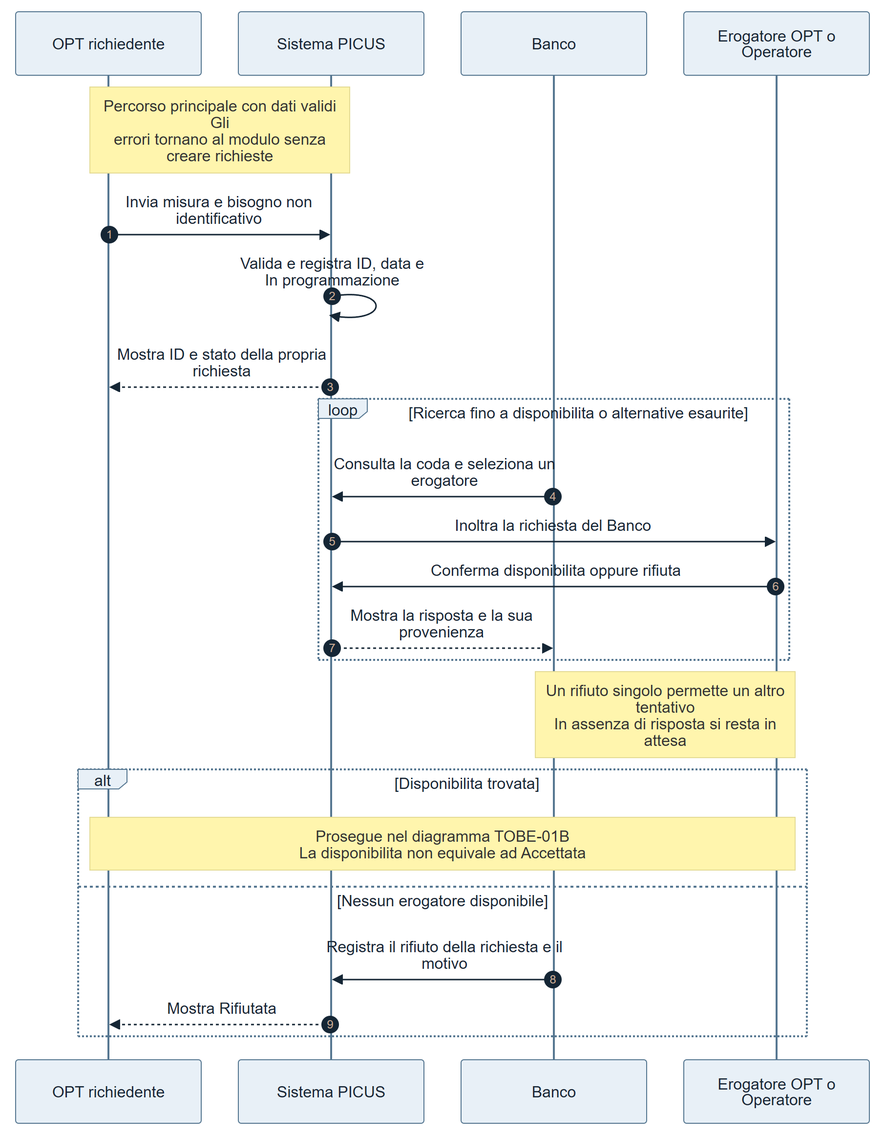
This is docs/requirements/diagrams/to-be/TOBE-01A-richieste-disponibilita.png from Pinguini-alla-Fragola/Progetto-SAD, a Mermaid export, as it was before one commit. Its source is kept beside it as docs/requirements/diagrams/to-be/TOBE-01A-richieste-disponibilita.mmd. The source it was exported from:
```mermaid
sequenceDiagram
    autonumber
    participant R as OPT richiedente
    participant S as Sistema PICUS
    participant B as Banco
    participant E as Erogatore OPT o Operatore

    Note over R,S: Percorso principale con dati validi<br/>Gli errori tornano al modulo senza creare richieste
    R->>S: Invia misura e bisogno non identificativo
        S->>S: Valida e registra ID, data e In programmazione
        S-->>R: Mostra ID e stato della propria richiesta
        loop Ricerca fino a disponibilita o alternative esaurite
            B->>S: Consulta la coda e seleziona un erogatore
            S->>E: Inoltra la richiesta del Banco
            E->>S: Conferma disponibilita oppure rifiuta
            S-->>B: Mostra la risposta e la sua provenienza
        end
        Note over B,E: Un rifiuto singolo permette un altro tentativo<br/>In assenza di risposta si resta in attesa
        alt Disponibilita trovata
            Note over R,E: Prosegue nel diagramma TOBE-01B<br/>La disponibilita non equivale ad Accettata
        else Nessun erogatore disponibile
            B->>S: Registra il rifiuto della richiesta e il motivo
            S-->>R: Mostra Rifiutata
        end
```
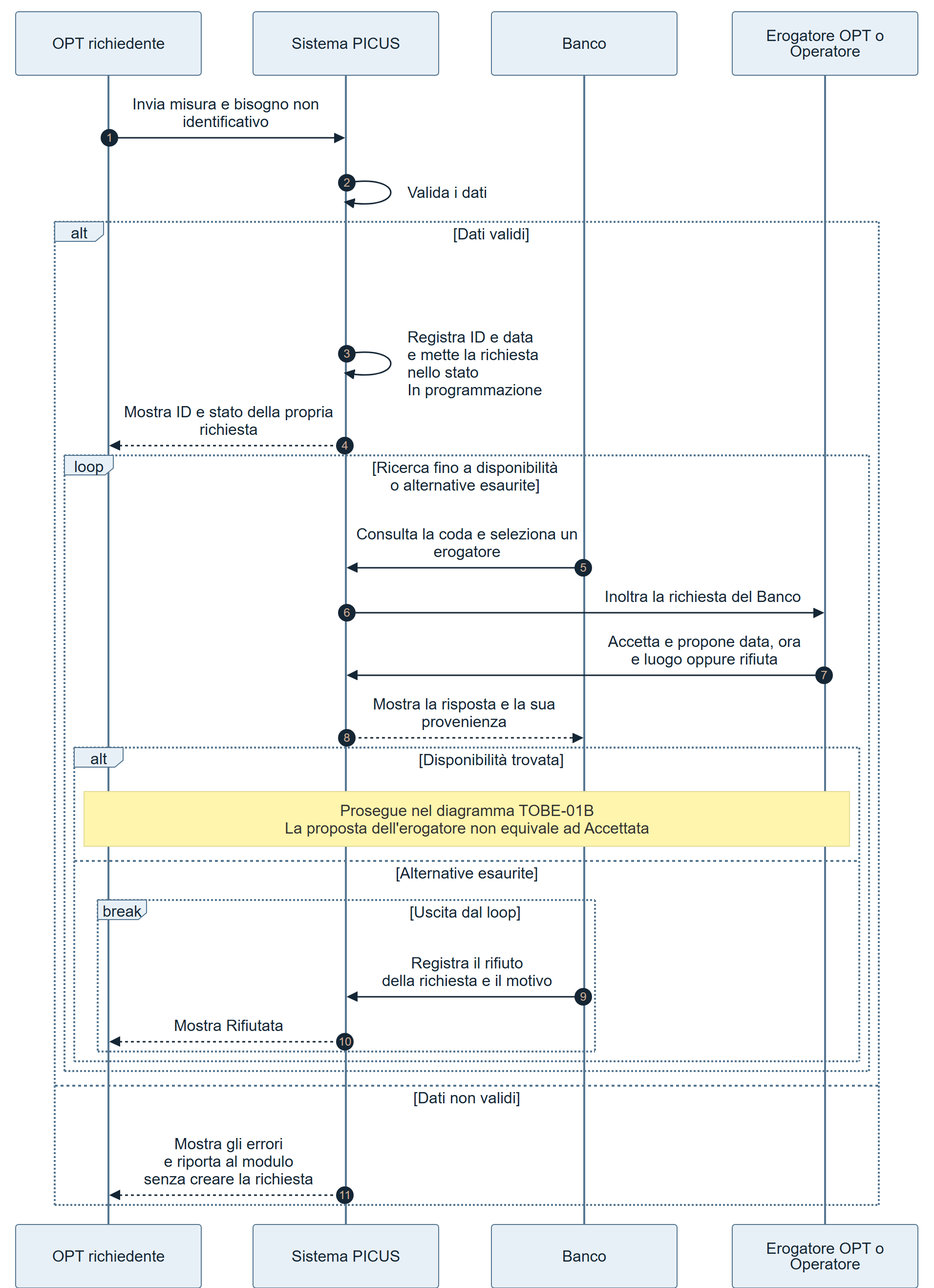
After the change.

Commit message:
docs(to-be): aggiorna i diagrammi di richiesta, appuntamento e rendicontazione

What changed in the source:
```diff
@@ -5,20 +5,25 @@
     participant B as Banco
     participant E as Erogatore OPT o Operatore
 
-    Note over R,S: Percorso principale con dati validi<br/>Gli errori tornano al modulo senza creare richieste
     R->>S: Invia misura e bisogno non identificativo
-        S->>S: Valida e registra ID, data e In programmazione
+    S->>S: Valida i dati
+    alt Dati validi
+        S->>S: Registra ID e data<br/>e mette la richiesta<br/>nello stato<br/>In programmazione
         S-->>R: Mostra ID e stato della propria richiesta
-        loop Ricerca fino a disponibilita o alternative esaurite
+        loop Ricerca fino a disponibilità<br/>o alternative esaurite
             B->>S: Consulta la coda e seleziona un erogatore
             S->>E: Inoltra la richiesta del Banco
-            E->>S: Conferma disponibilita oppure rifiuta
+            E->>S: Accetta e propone data, ora<br/>e luogo oppure rifiuta
             S-->>B: Mostra la risposta e la sua provenienza
+            alt Disponibilità trovata
+                Note over R,E: Prosegue nel diagramma TOBE-01B<br/>La proposta dell'erogatore non equivale ad Accettata
+            else Alternative esaurite
+                break Uscita dal loop
+                    B->>S: Registra il rifiuto<br/>della richiesta e il motivo
+                    S-->>R: Mostra Rifiutata
+                end
+            end
         end
-        Note over B,E: Un rifiuto singolo permette un altro tentativo<br/>In assenza di risposta si resta in attesa
-        alt Disponibilita trovata
-            Note over R,E: Prosegue nel diagramma TOBE-01B<br/>La disponibilita non equivale ad Accettata
-        else Nessun erogatore disponibile
-            B->>S: Registra il rifiuto della richiesta e il motivo
-            S-->>R: Mostra Rifiutata
-        end
+    else Dati non validi
+        S-->>R: Mostra gli errori<br/>e riporta al modulo<br/>senza creare la richiesta
+    end
```
